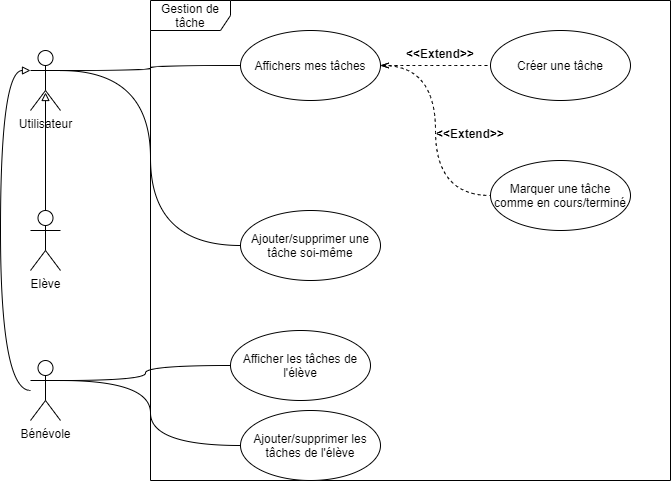
The draw.io diagram UML/uml_page_gestion_de_tache.png in Dany-cm/P3_Designez_une_application, before a commit. Source tidied: cells renumbered, new cells last; positions are measured from the earlier drawing's top-left corner, leaving out a move shared by most shapes.
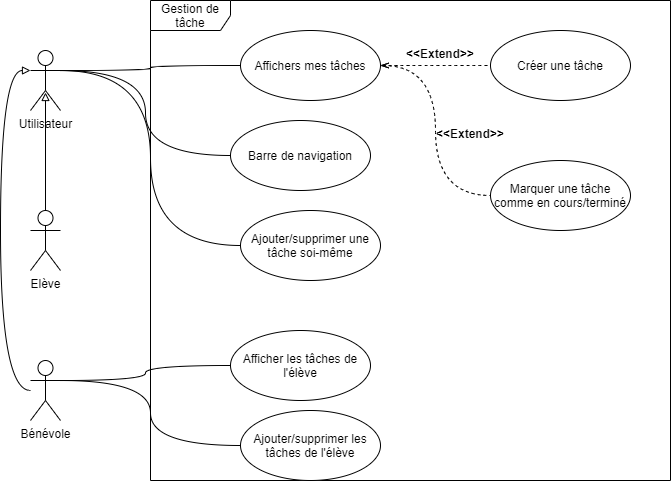
Above is the later version.

Commit message:
Ajouts de la barre de navigation

Change to the diagram source:
```diff
@@ -67,5 +67,11 @@
     <mxCell id="21" value="&lt;&lt;Extend&gt;&gt;" style="text;align=center;fontStyle=1;verticalAlign=middle;spacingLeft=3;spacingRight=3;strokeColor=none;" parent="1" vertex="1">
       <mxGeometry x="400" y="40" width="80" height="26" as="geometry" />
     </mxCell>
+    <mxCell id="22" style="edgeStyle=orthogonalEdgeStyle;curved=1;jettySize=auto;html=1;entryX=1;entryY=0.3333333333333333;entryDx=0;entryDy=0;entryPerimeter=0;endArrow=none;endFill=0;" parent="1" edge="1" source="23" target="2">
+      <mxGeometry relative="1" as="geometry" />
+    </mxCell>
+    <mxCell id="23" value="Barre de navigation" style="ellipse;whiteSpace=wrap;html=1;" parent="1" vertex="1">
+      <mxGeometry x="230" y="120" width="140" height="70" as="geometry" />
+    </mxCell>
   </root>
 </mxGraphModel>
```
